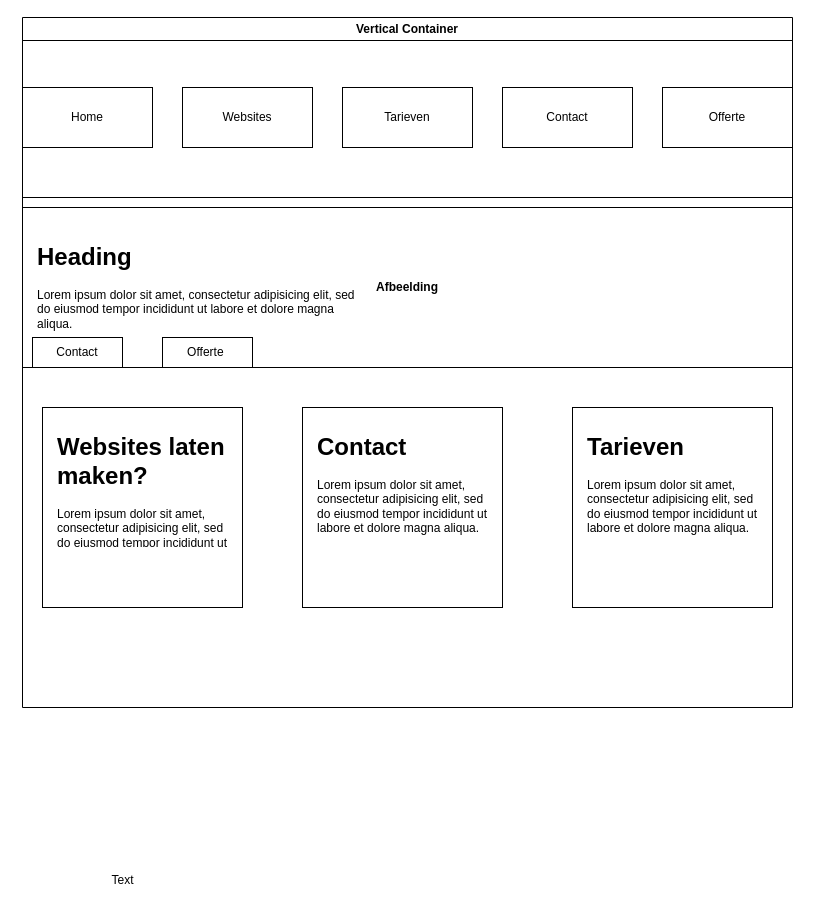
This is page "Page-1" (1 of 5) of Untitled Diagram.drawio from LorenzovandenDungen/admincrud, a draw.io file, before an edit. Source tidied: cells renumbered, new cells numbered last; positions are measured from the earlier drawing's top-left corner, leaving out a move shared by most shapes. Both pictures are drawn from the tidied source at 100%, with x=0, y=0 at pixel (22, 17).
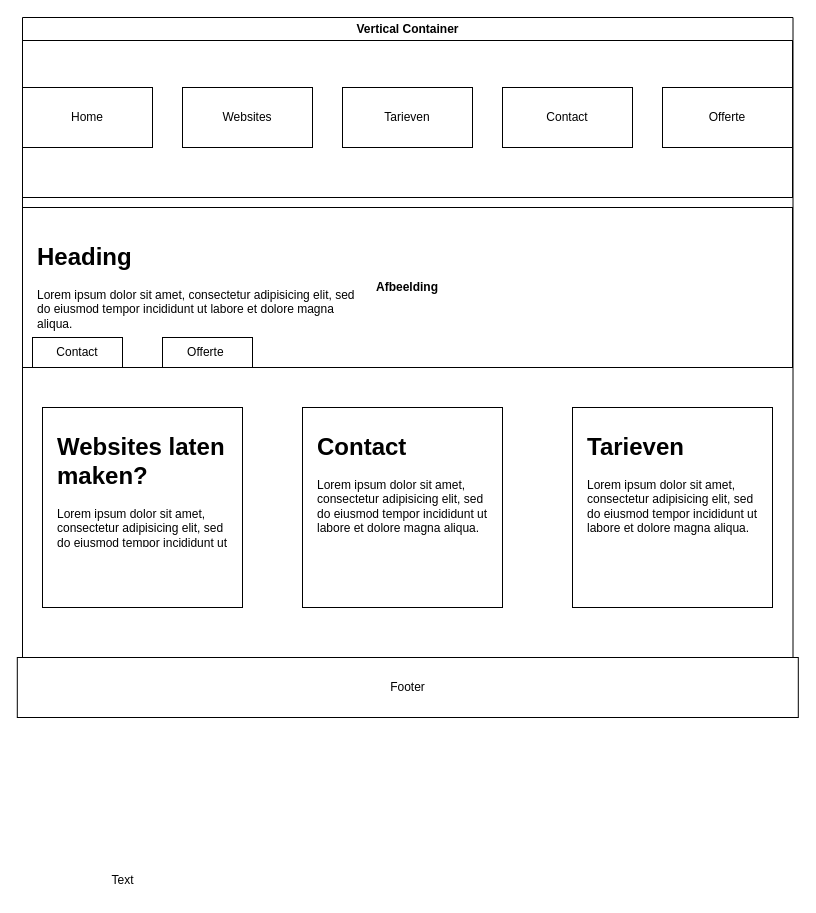
The same page after the edit.

Diff of the diagram source:
```diff
@@
     <mxCell id="3" value="Vertical Container" style="swimlane;whiteSpace=wrap;html=1;" parent="1" vertex="1">
-      <mxGeometry width="770" height="690" as="geometry" />
+      <mxGeometry width="770.5" height="700" as="geometry" />
     </mxCell>
@@
+    <mxCell id="20" value="Footer" style="rounded=0;whiteSpace=wrap;html=1;" parent="3" vertex="1">
+      <mxGeometry x="-5.2" y="640" width="781" height="60" as="geometry" />
+    </mxCell>
```
